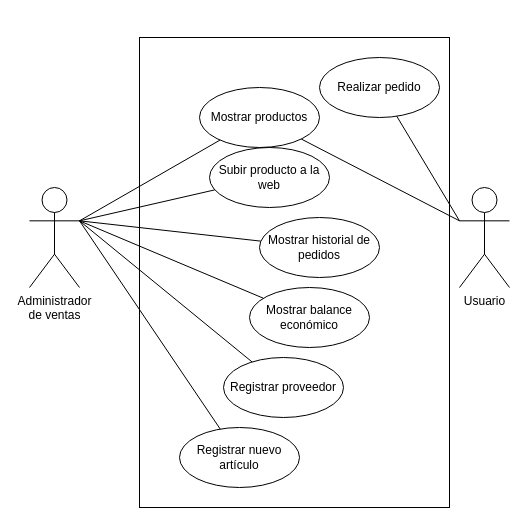
Before: page "CU2" (3 of 4) of Recursos/Arquitectura lógica y CU.drawio in Jesusjbs/clinicaDental-ir, a draw.io diagram. Source tidied: cells renumbered, new cells numbered last; positions are measured from the earlier drawing's top-left corner, leaving out a move shared by most shapes. Both pictures are drawn from the tidied source at 100%, with x=0, y=0 at pixel (29, 37).
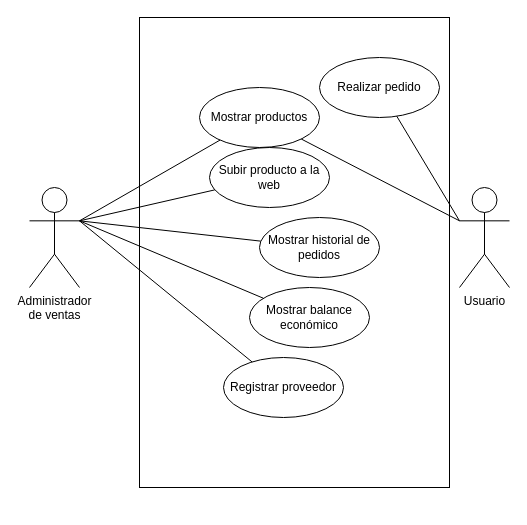
After the change.

The edit, as a diff of the source:
```diff
@@
 <mxGraphModel>
   <root>
     <mxCell id="0" />
     <mxCell id="1" parent="0" />
+    <mxCell id="18" style="rounded=0;whiteSpace=wrap;html=1;shadow=0;sketch=0;fillColor=none;gradientColor=none;" parent="1" vertex="1">
+      <mxGeometry x="110" y="-20" width="310" height="470" as="geometry" />
+    </mxCell>
     <mxCell id="2" value="Administrador &lt;br&gt;de ventas" style="shape=umlActor;verticalLabelPosition=bottom;verticalAlign=top;html=1;outlineConnect=0;shadow=0;sketch=0;fillColor=none;gradientColor=none;" parent="1" vertex="1">
       <mxGeometry y="150" width="50" height="100" as="geometry" />
     </mxCell>
     <mxCell id="3" value="Realizar pedido" style="ellipse;whiteSpace=wrap;html=1;shadow=0;sketch=0;fillColor=none;gradientColor=none;" parent="1" vertex="1">
       <mxGeometry x="290" y="20" width="120" height="60" as="geometry" />
     </mxCell>
     <mxCell id="4" style="edgeStyle=none;rounded=0;jettySize=auto;html=1;entryX=1;entryY=0.3333333333333333;entryDx=0;entryDy=0;entryPerimeter=0;startArrow=none;startFill=0;endArrow=none;endFill=0;" parent="1" edge="1" source="5" target="2">
       <mxGeometry relative="1" as="geometry" />
     </mxCell>
     <mxCell id="5" value="Mostrar productos" style="ellipse;whiteSpace=wrap;html=1;shadow=0;sketch=0;fillColor=none;gradientColor=none;" parent="1" vertex="1">
       <mxGeometry x="170" y="50" width="120" height="60" as="geometry" />
     </mxCell>
     <mxCell id="6" style="edgeStyle=none;rounded=0;jettySize=auto;html=1;entryX=1;entryY=0.3333333333333333;entryDx=0;entryDy=0;entryPerimeter=0;startArrow=none;startFill=0;endArrow=none;endFill=0;" parent="1" edge="1" source="7" target="2">
       <mxGeometry relative="1" as="geometry" />
     </mxCell>
     <mxCell id="7" value="Subir producto a la web" style="ellipse;whiteSpace=wrap;html=1;shadow=0;sketch=0;fillColor=none;gradientColor=none;" parent="1" vertex="1">
       <mxGeometry x="180" y="110" width="120" height="60" as="geometry" />
     </mxCell>
     <mxCell id="8" value="Usuario" style="shape=umlActor;verticalLabelPosition=bottom;verticalAlign=top;html=1;outlineConnect=0;shadow=0;sketch=0;fillColor=none;gradientColor=none;" parent="1" vertex="1">
       <mxGeometry x="430" y="150" width="50" height="100" as="geometry" />
     </mxCell>
     <mxCell id="9" style="rounded=0;jettySize=auto;html=1;startArrow=none;startFill=0;endArrow=none;endFill=0;exitX=0;exitY=0.3333333333333333;exitDx=0;exitDy=0;exitPerimeter=0;" parent="1" edge="1" source="8" target="3">
       <mxGeometry relative="1" as="geometry" />
     </mxCell>
     <mxCell id="10" style="edgeStyle=none;rounded=0;jettySize=auto;html=1;entryX=1;entryY=0.3333333333333333;entryDx=0;entryDy=0;entryPerimeter=0;startArrow=none;startFill=0;endArrow=none;endFill=0;" parent="1" edge="1" source="11" target="2">
       <mxGeometry relative="1" as="geometry" />
     </mxCell>
     <mxCell id="11" value="Mostrar historial de pedidos" style="ellipse;whiteSpace=wrap;html=1;shadow=0;sketch=0;fillColor=none;gradientColor=none;" parent="1" vertex="1">
       <mxGeometry x="230" y="180" width="120" height="60" as="geometry" />
     </mxCell>
     <mxCell id="12" style="edgeStyle=none;rounded=0;jettySize=auto;html=1;entryX=1;entryY=0.3333333333333333;entryDx=0;entryDy=0;entryPerimeter=0;startArrow=none;startFill=0;endArrow=none;endFill=0;" parent="1" edge="1" source="13" target="2">
       <mxGeometry relative="1" as="geometry" />
     </mxCell>
     <mxCell id="13" value="Mostrar balance económico" style="ellipse;whiteSpace=wrap;html=1;shadow=0;sketch=0;fillColor=none;gradientColor=none;" parent="1" vertex="1">
       <mxGeometry x="220" y="250" width="120" height="60" as="geometry" />
     </mxCell>
     <mxCell id="14" style="edgeStyle=none;rounded=0;jettySize=auto;html=1;entryX=1;entryY=0.3333333333333333;entryDx=0;entryDy=0;entryPerimeter=0;startArrow=none;startFill=0;endArrow=none;endFill=0;" parent="1" edge="1" source="15" target="2">
       <mxGeometry relative="1" as="geometry" />
     </mxCell>
     <mxCell id="15" value="Registrar proveedor" style="ellipse;whiteSpace=wrap;html=1;shadow=0;sketch=0;fillColor=none;gradientColor=none;" parent="1" vertex="1">
       <mxGeometry x="194" y="320" width="120" height="60" as="geometry" />
     </mxCell>
-    <mxCell id="16" style="edgeStyle=none;rounded=0;jettySize=auto;html=1;entryX=1;entryY=0.3333333333333333;entryDx=0;entryDy=0;entryPerimeter=0;startArrow=none;startFill=0;endArrow=none;endFill=0;" parent="1" edge="1" source="17" target="2">
-      <mxGeometry relative="1" as="geometry" />
-    </mxCell>
-    <mxCell id="17" value="Registrar nuevo artículo" style="ellipse;whiteSpace=wrap;html=1;shadow=0;sketch=0;fillColor=none;gradientColor=none;" parent="1" vertex="1">
-      <mxGeometry x="150" y="390" width="120" height="60" as="geometry" />
-    </mxCell>
-    <mxCell id="18" style="rounded=0;whiteSpace=wrap;html=1;shadow=0;sketch=0;fillColor=none;gradientColor=none;" parent="1" vertex="1">
-      <mxGeometry x="110" width="310" height="470" as="geometry" />
-    </mxCell>
     <mxCell id="19" style="rounded=0;jettySize=auto;html=1;startArrow=none;startFill=0;endArrow=none;endFill=0;exitX=0;exitY=0.3333333333333333;exitDx=0;exitDy=0;exitPerimeter=0;" parent="1" edge="1" source="8" target="5">
       <mxGeometry relative="1" as="geometry" />
     </mxCell>
   </root>
 </mxGraphModel>
```
